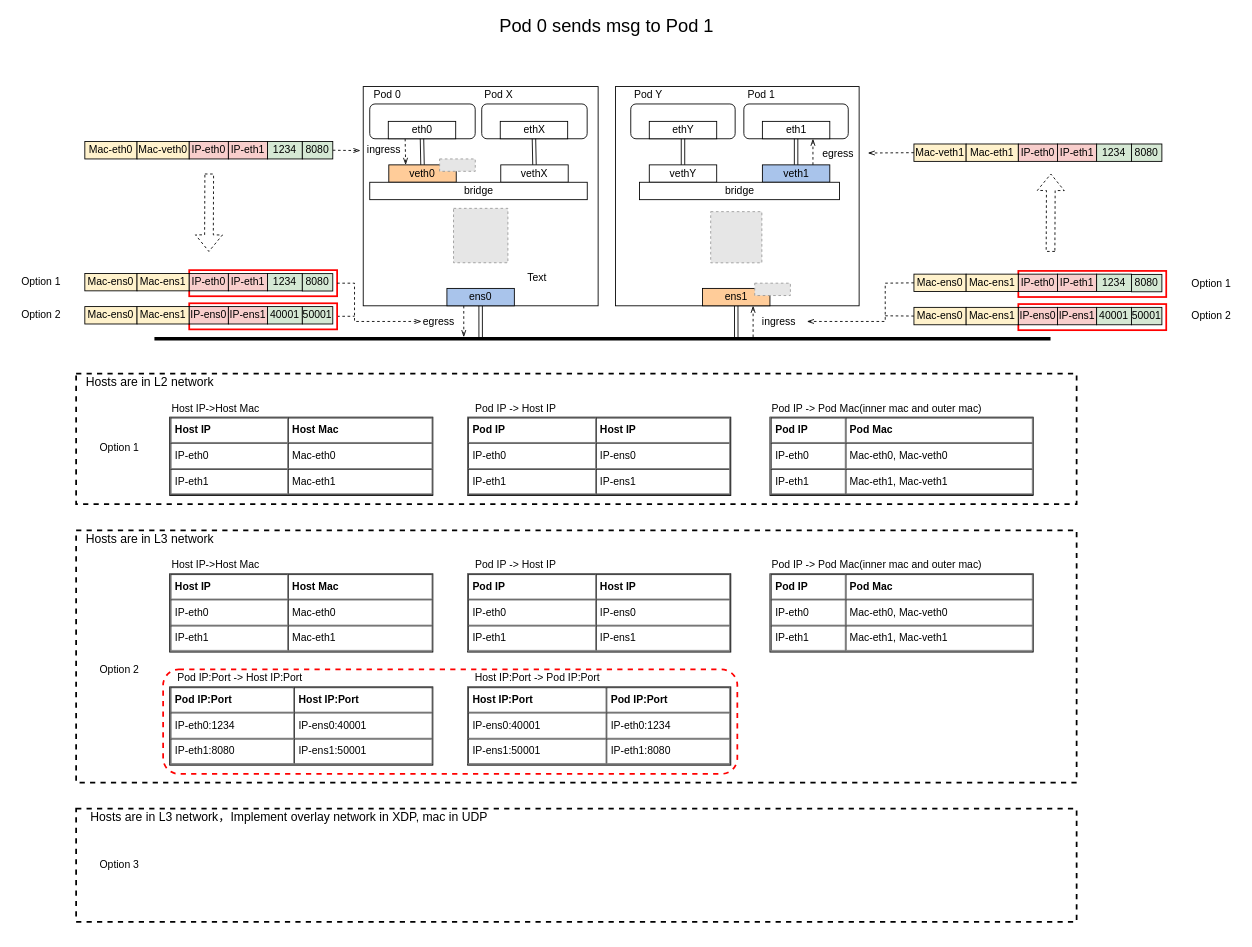
This is ebpf+nic.drawio from LuyaoZhong/Figures, a draw.io file, before an edit. Source tidied: cells renumbered, new cells numbered last; positions are measured from the earlier drawing's top-left corner, leaving out a move shared by most shapes. Both pictures are drawn from the tidied source at 87%, with x=0, y=0 at pixel (15, 17). Pictures stored in the file or linked from it are replaced by grey dashed boxes.
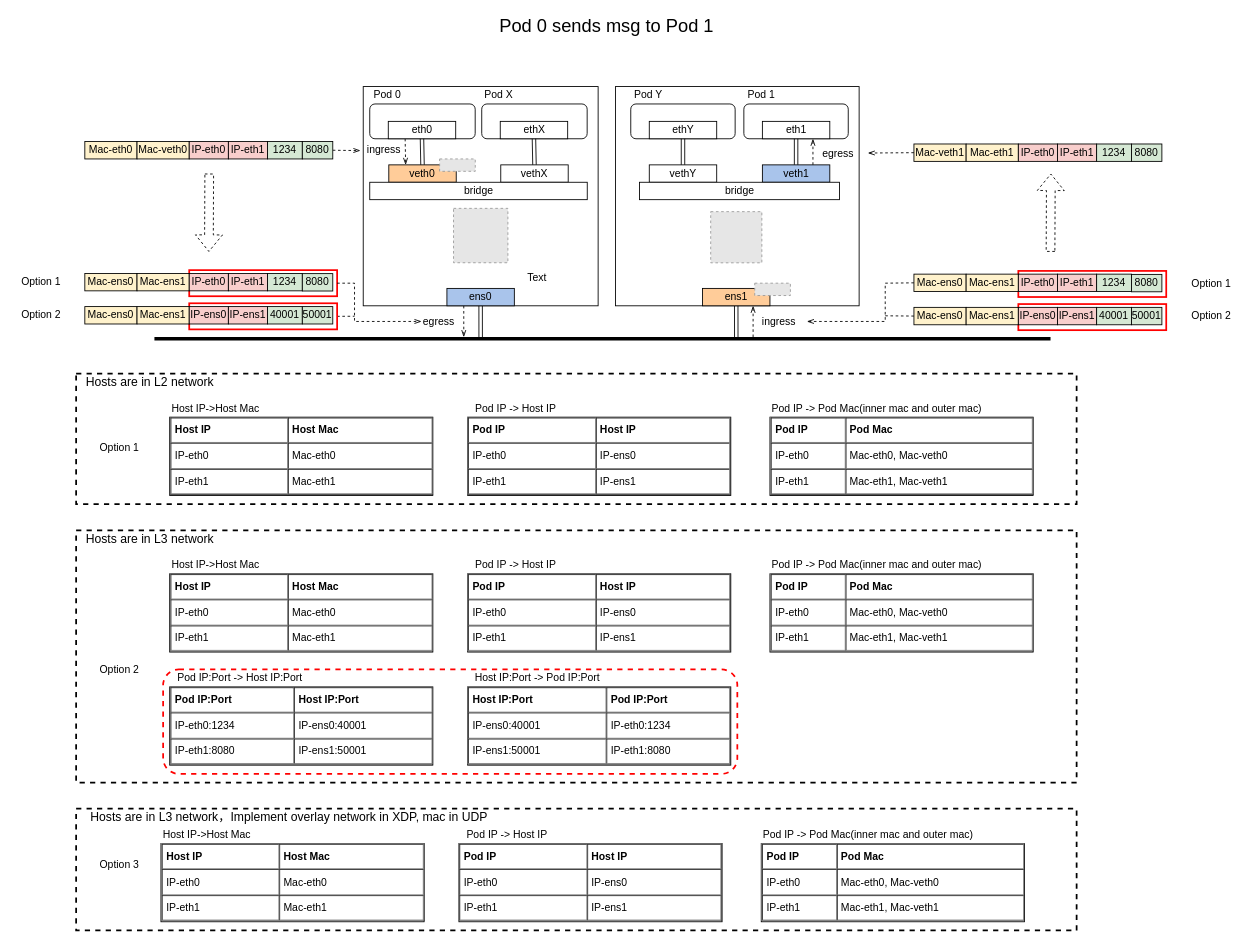
The same diagram, later.

Change to the diagram source:
```diff
@@
     <mxCell id="118" style="rounded=0;whiteSpace=wrap;html=1;strokeWidth=2;fillColor=none;dashed=1;" parent="1" vertex="1">
-      <mxGeometry x="70" y="910" width="1150" height="130" as="geometry" />
+      <mxGeometry x="70" y="910" width="1150" height="140" as="geometry" />
     </mxCell>
@@
+    <mxCell id="124" value="&lt;table cellpadding=&quot;4&quot; cellspacing=&quot;0&quot; border=&quot;1&quot; style=&quot;font-size: 1em ; width: 100% ; height: 100%&quot;&gt;&lt;tbody&gt;&lt;tr&gt;&lt;th&gt;Pod IP&lt;/th&gt;&lt;th&gt;Pod Mac&lt;/th&gt;&lt;/tr&gt;&lt;tr&gt;&lt;td&gt;IP-eth0&lt;/td&gt;&lt;td&gt;Mac-eth0, Mac-veth0&lt;/td&gt;&lt;/tr&gt;&lt;tr&gt;&lt;td&gt;IP-eth1&lt;/td&gt;&lt;td&gt;Mac-eth1, Mac-veth1&lt;/td&gt;&lt;/tr&gt;&lt;/tbody&gt;&lt;/table&gt; " style="verticalAlign=top;align=left;overflow=fill;fontSize=12;fontFamily=Helvetica;html=1;strokeColor=#000000;fillColor=#FFFFFF;" parent="1" vertex="1">
+      <mxGeometry x="857.5" y="950" width="302.5" height="90" as="geometry" />
+    </mxCell>
+    <mxCell id="125" value="Pod IP -&amp;gt; Pod Mac(inner mac and outer mac)" style="text;html=1;align=center;verticalAlign=middle;strokeColor=none;" parent="1" vertex="1">
+      <mxGeometry x="850" y="930" width="260" height="20" as="geometry" />
+    </mxCell>
+    <mxCell id="126" value="&lt;table cellpadding=&quot;4&quot; cellspacing=&quot;0&quot; border=&quot;1&quot; style=&quot;font-size: 1em ; width: 100% ; height: 100%&quot;&gt;&lt;tbody&gt;&lt;tr&gt;&lt;th&gt;Pod IP&lt;/th&gt;&lt;th&gt;Host IP&lt;/th&gt;&lt;/tr&gt;&lt;tr&gt;&lt;td&gt;IP-eth0&lt;/td&gt;&lt;td&gt;IP-ens0&lt;/td&gt;&lt;/tr&gt;&lt;tr&gt;&lt;td&gt;IP-eth1&lt;/td&gt;&lt;td&gt;IP-ens1&lt;/td&gt;&lt;/tr&gt;&lt;/tbody&gt;&lt;/table&gt; " style="verticalAlign=top;align=left;overflow=fill;fontSize=12;fontFamily=Helvetica;html=1;strokeColor=#000000;fillColor=#FFFFFF;" parent="1" vertex="1">
+      <mxGeometry x="510" y="950" width="302.5" height="90" as="geometry" />
+    </mxCell>
+    <mxCell id="127" value="Pod IP -&amp;gt; Host IP" style="text;html=1;align=center;verticalAlign=middle;strokeColor=none;" parent="1" vertex="1">
+      <mxGeometry x="510" y="930" width="110" height="20" as="geometry" />
+    </mxCell>
+    <mxCell id="128" value="&lt;table cellpadding=&quot;4&quot; cellspacing=&quot;0&quot; border=&quot;1&quot; style=&quot;font-size: 1em ; width: 100% ; height: 100%&quot;&gt;&lt;tbody&gt;&lt;tr&gt;&lt;th&gt;Host IP&lt;/th&gt;&lt;th&gt;Host Mac&lt;/th&gt;&lt;/tr&gt;&lt;tr&gt;&lt;td&gt;IP-eth0&lt;/td&gt;&lt;td&gt;Mac-eth0&lt;/td&gt;&lt;/tr&gt;&lt;tr&gt;&lt;td&gt;IP-eth1&lt;/td&gt;&lt;td&gt;Mac-eth1&lt;/td&gt;&lt;/tr&gt;&lt;/tbody&gt;&lt;/table&gt; " style="verticalAlign=top;align=left;overflow=fill;fontSize=12;fontFamily=Helvetica;html=1;strokeColor=#000000;fillColor=#FFFFFF;" parent="1" vertex="1">
+      <mxGeometry x="167.5" y="950" width="302.5" height="90" as="geometry" />
+    </mxCell>
+    <mxCell id="129" value="Host IP-&amp;gt;Host Mac" style="text;html=1;align=center;verticalAlign=middle;strokeColor=none;" parent="1" vertex="1">
+      <mxGeometry x="160" y="930" width="120" height="20" as="geometry" />
+    </mxCell>
```
